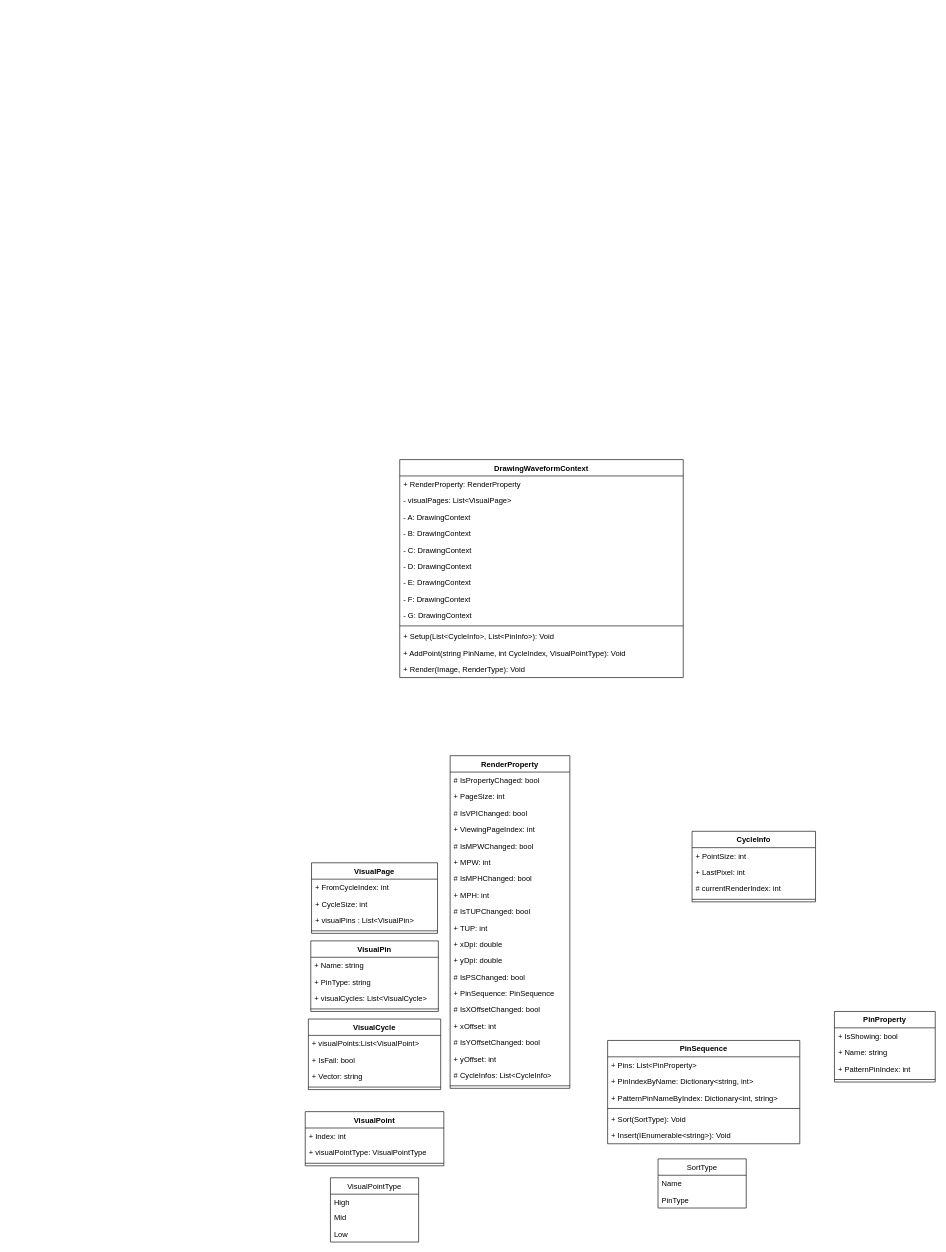
This is page "WF Class Diagram" (3 of 4) of SG9KG5/Waveform.drawio from Jasson-Chou/Software-Projects, a draw.io file, before an edit. Source tidied: cells renumbered, new cells numbered last; positions are measured from the earlier drawing's top-left corner, leaving out a move shared by most shapes. Both pictures are drawn from the tidied source at 63%, with x=0, y=0 at pixel (305, 459).
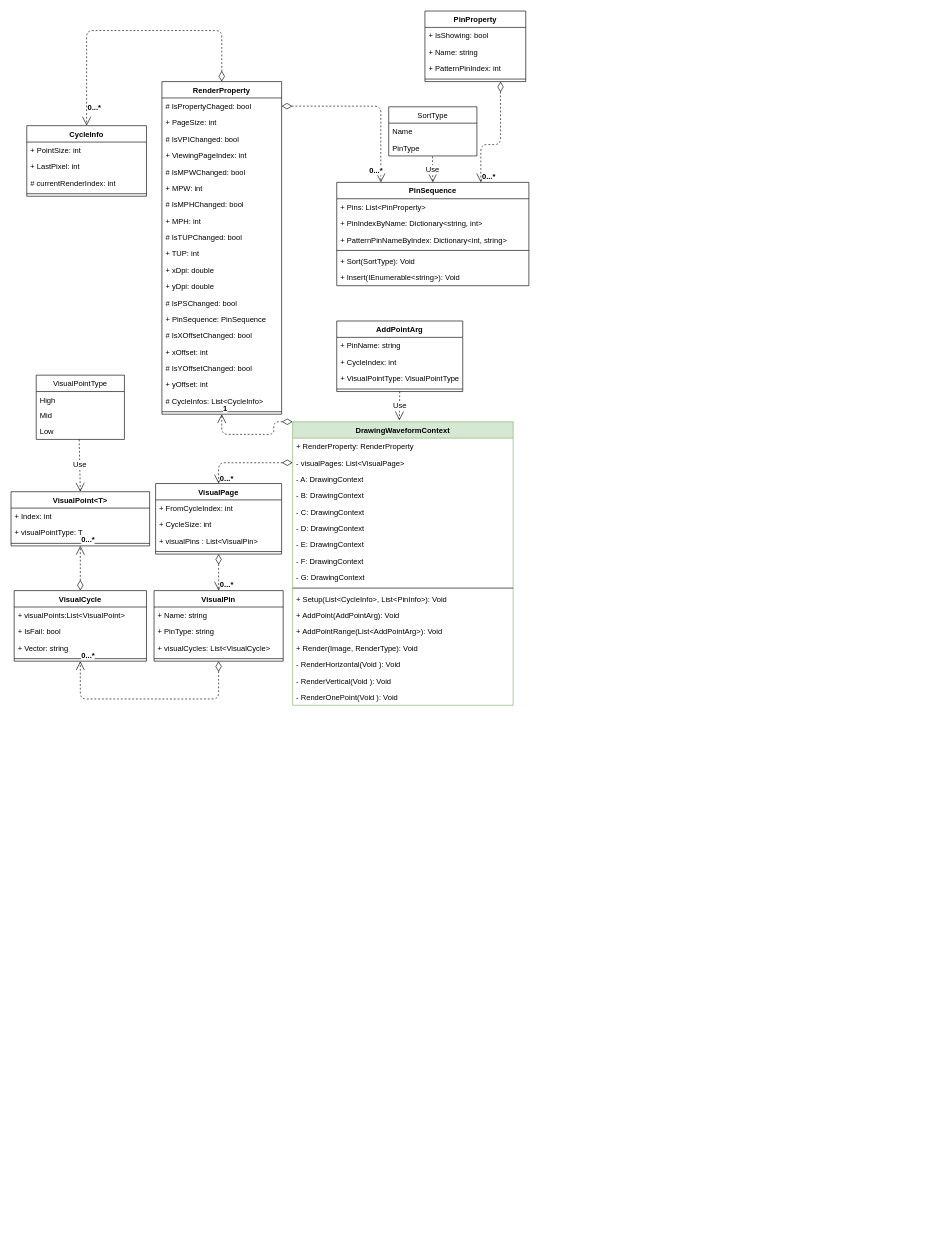
After the change.

Unchanged cells that the change refers to:
```xml
<mxCell id="41" value="# IsPropertyChaged: bool" style="text;strokeColor=none;fillColor=none;align=left;verticalAlign=top;spacingLeft=4;spacingRight=4;overflow=hidden;points=[[0,0.5],[1,0.5]];portConstraint=eastwest;fontSize=12;" parent="40" vertex="1">
  <mxGeometry y="26" width="190" height="26" as="geometry" />
</mxCell>
<mxCell id="70" value="PinType" style="text;strokeColor=none;fillColor=none;align=left;verticalAlign=top;spacingLeft=4;spacingRight=4;overflow=hidden;points=[[0,0.5],[1,0.5]];portConstraint=eastwest;fontSize=12;" parent="68" vertex="1">
  <mxGeometry y="52" width="140" height="26" as="geometry" />
</mxCell>
<mxCell id="79" value="Low" style="text;strokeColor=none;fillColor=none;align=left;verticalAlign=top;spacingLeft=4;spacingRight=4;overflow=hidden;points=[[0,0.5],[1,0.5]];portConstraint=eastwest;" parent="76" vertex="1">
  <mxGeometry y="76" width="140" height="26" as="geometry" />
</mxCell>
```

The edit, as a diff of the source:
```diff
@@
-    <mxCell id="2" value="DrawingWaveformContext" style="swimlane;fontStyle=1;align=center;verticalAlign=top;horizontal=1;startSize=26;" parent="1" vertex="1">
-      <mxGeometry x="150" width="450" height="346" as="geometry" />
+    <mxCell id="2" value="DrawingWaveformContext" style="swimlane;fontStyle=1;align=center;verticalAlign=top;horizontal=1;startSize=26;fillColor=#d5e8d4;strokeColor=#82b366;" parent="1" vertex="1">
+      <mxGeometry x="-20" y="-60" width="350" height="450" as="geometry" />
     </mxCell>
     <mxCell id="3" value="+ RenderProperty: RenderProperty" style="text;strokeColor=none;fillColor=none;align=left;verticalAlign=top;spacingLeft=4;spacingRight=4;overflow=hidden;" parent="2" vertex="1">
-      <mxGeometry y="26" width="450" height="26" as="geometry" />
+      <mxGeometry y="26" width="350" height="26" as="geometry" />
     </mxCell>
     <mxCell id="4" value="- visualPages: List&lt;VisualPage&gt;" style="text;strokeColor=none;fillColor=none;align=left;verticalAlign=top;spacingLeft=4;spacingRight=4;overflow=hidden;points=[[0,0.5],[1,0.5]];portConstraint=eastwest;" parent="2" vertex="1">
-      <mxGeometry y="52" width="450" height="26" as="geometry" />
+      <mxGeometry y="52" width="350" height="26" as="geometry" />
     </mxCell>
     <mxCell id="5" value="- A: DrawingContext" style="text;strokeColor=none;fillColor=none;align=left;verticalAlign=top;spacingLeft=4;spacingRight=4;overflow=hidden;" parent="2" vertex="1">
-      <mxGeometry y="78" width="450" height="26" as="geometry" />
+      <mxGeometry y="78" width="350" height="26" as="geometry" />
     </mxCell>
     <mxCell id="6" value="- B: DrawingContext" style="text;strokeColor=none;fillColor=none;align=left;verticalAlign=top;spacingLeft=4;spacingRight=4;overflow=hidden;" parent="2" vertex="1">
-      <mxGeometry y="104" width="450" height="26" as="geometry" />
+      <mxGeometry y="104" width="350" height="26" as="geometry" />
     </mxCell>
     <mxCell id="7" value="- C: DrawingContext" style="text;strokeColor=none;fillColor=none;align=left;verticalAlign=top;spacingLeft=4;spacingRight=4;overflow=hidden;" parent="2" vertex="1">
-      <mxGeometry y="130" width="450" height="26" as="geometry" />
+      <mxGeometry y="130" width="350" height="26" as="geometry" />
     </mxCell>
     <mxCell id="8" value="- D: DrawingContext" style="text;strokeColor=none;fillColor=none;align=left;verticalAlign=top;spacingLeft=4;spacingRight=4;overflow=hidden;" parent="2" vertex="1">
-      <mxGeometry y="156" width="450" height="26" as="geometry" />
+      <mxGeometry y="156" width="350" height="26" as="geometry" />
     </mxCell>
     <mxCell id="9" value="- E: DrawingContext" style="text;strokeColor=none;fillColor=none;align=left;verticalAlign=top;spacingLeft=4;spacingRight=4;overflow=hidden;" parent="2" vertex="1">
-      <mxGeometry y="182" width="450" height="26" as="geometry" />
+      <mxGeometry y="182" width="350" height="26" as="geometry" />
     </mxCell>
     <mxCell id="10" value="- F: DrawingContext" style="text;strokeColor=none;fillColor=none;align=left;verticalAlign=top;spacingLeft=4;spacingRight=4;overflow=hidden;" parent="2" vertex="1">
-      <mxGeometry y="208" width="450" height="26" as="geometry" />
+      <mxGeometry y="208" width="350" height="26" as="geometry" />
     </mxCell>
     <mxCell id="11" value="- G: DrawingContext" style="text;strokeColor=none;fillColor=none;align=left;verticalAlign=top;spacingLeft=4;spacingRight=4;overflow=hidden;" parent="2" vertex="1">
-      <mxGeometry y="234" width="450" height="26" as="geometry" />
+      <mxGeometry y="234" width="350" height="26" as="geometry" />
     </mxCell>
     <mxCell id="12" style="line;strokeWidth=1;fillColor=none;align=left;verticalAlign=middle;spacingTop=-1;spacingLeft=3;spacingRight=3;labelPosition=right;" parent="2" vertex="1">
-      <mxGeometry y="260" width="450" height="8" as="geometry" />
+      <mxGeometry y="260" width="350" height="8" as="geometry" />
     </mxCell>
     <mxCell id="13" value="+ Setup(List&lt;CycleInfo&gt;, List&lt;PinInfo&gt;): Void" style="text;strokeColor=none;fillColor=none;align=left;verticalAlign=top;spacingLeft=4;spacingRight=4;overflow=hidden;" parent="2" vertex="1">
-      <mxGeometry y="268" width="450" height="26" as="geometry" />
+      <mxGeometry y="268" width="350" height="26" as="geometry" />
     </mxCell>
-    <mxCell id="14" value="+ AddPoint(string PinName, int CycleIndex, VisualPointType): Void" style="text;strokeColor=none;fillColor=none;align=left;verticalAlign=top;spacingLeft=4;spacingRight=4;overflow=hidden;" parent="2" vertex="1">
-      <mxGeometry y="294" width="450" height="26" as="geometry" />
+    <mxCell id="14" value="+ AddPoint(AddPointArg): Void" style="text;strokeColor=none;fillColor=none;align=left;verticalAlign=top;spacingLeft=4;spacingRight=4;overflow=hidden;" parent="2" vertex="1">
+      <mxGeometry y="294" width="350" height="26" as="geometry" />
     </mxCell>
+    <mxCell id="80" value="+ AddPointRange(List&lt;AddPointArg&gt;): Void" style="text;strokeColor=none;fillColor=none;align=left;verticalAlign=top;spacingLeft=4;spacingRight=4;overflow=hidden;" parent="2" vertex="1">
+      <mxGeometry y="320" width="350" height="26" as="geometry" />
+    </mxCell>
     <mxCell id="15" value="+ Render(Image, RenderType): Void" style="text;strokeColor=none;fillColor=none;align=left;verticalAlign=top;spacingLeft=4;spacingRight=4;overflow=hidden;" parent="2" vertex="1">
-      <mxGeometry y="320" width="450" height="26" as="geometry" />
+      <mxGeometry y="346" width="350" height="26" as="geometry" />
     </mxCell>
+    <mxCell id="81" value="- RenderHorizontal(Void ): Void" style="text;strokeColor=none;fillColor=none;align=left;verticalAlign=top;spacingLeft=4;spacingRight=4;overflow=hidden;" parent="2" vertex="1">
+      <mxGeometry y="372" width="350" height="26" as="geometry" />
+    </mxCell>
+    <mxCell id="82" value="- RenderVertical(Void ): Void" style="text;strokeColor=none;fillColor=none;align=left;verticalAlign=top;spacingLeft=4;spacingRight=4;overflow=hidden;" parent="2" vertex="1">
+      <mxGeometry y="398" width="350" height="26" as="geometry" />
+    </mxCell>
+    <mxCell id="83" value="- RenderOnePoint(Void ): Void" style="text;strokeColor=none;fillColor=none;align=left;verticalAlign=top;spacingLeft=4;spacingRight=4;overflow=hidden;" parent="2" vertex="1">
+      <mxGeometry y="424" width="350" height="26" as="geometry" />
+    </mxCell>
     <mxCell id="16" value="VisualPage" style="swimlane;fontStyle=1;align=center;verticalAlign=top;horizontal=1;startSize=26;" parent="1" vertex="1">
-      <mxGeometry x="10" y="640" width="200" height="112" as="geometry" />
+      <mxGeometry x="-237.5" y="38" width="200" height="112" as="geometry" />
     </mxCell>
@@
     <mxCell id="21" value="VisualPin" style="swimlane;fontStyle=1;align=center;verticalAlign=top;horizontal=1;startSize=26;" parent="1" vertex="1">
-      <mxGeometry x="8.8" y="764" width="202.5" height="112" as="geometry" />
+      <mxGeometry x="-240" y="208" width="205" height="112" as="geometry" />
     </mxCell>
     <mxCell id="22" value="+ Name: string" style="text;strokeColor=none;fillColor=none;align=left;verticalAlign=top;spacingLeft=4;spacingRight=4;overflow=hidden;" parent="21" vertex="1">
-      <mxGeometry y="26" width="202.5" height="26" as="geometry" />
+      <mxGeometry y="26" width="205" height="26" as="geometry" />
     </mxCell>
     <mxCell id="23" value="+ PinType: string" style="text;strokeColor=none;fillColor=none;align=left;verticalAlign=top;spacingLeft=4;spacingRight=4;overflow=hidden;" parent="21" vertex="1">
-      <mxGeometry y="52" width="202.5" height="26" as="geometry" />
+      <mxGeometry y="52" width="205" height="26" as="geometry" />
     </mxCell>
     <mxCell id="24" value="+ visualCycles: List&lt;VisualCycle&gt;" style="text;strokeColor=none;fillColor=none;align=left;verticalAlign=top;spacingLeft=4;spacingRight=4;overflow=hidden;" parent="21" vertex="1">
-      <mxGeometry y="78" width="202.5" height="26" as="geometry" />
+      <mxGeometry y="78" width="205" height="26" as="geometry" />
     </mxCell>
     <mxCell id="25" style="line;strokeWidth=1;fillColor=none;align=left;verticalAlign=middle;spacingTop=-1;spacingLeft=3;spacingRight=3;labelPosition=right;" parent="21" vertex="1">
-      <mxGeometry y="104" width="202.5" height="8" as="geometry" />
+      <mxGeometry y="104" width="205" height="8" as="geometry" />
     </mxCell>
     <mxCell id="26" value="VisualCycle" style="swimlane;fontStyle=1;align=center;verticalAlign=top;horizontal=1;startSize=26;" parent="1" vertex="1">
-      <mxGeometry x="5" y="888" width="210" height="112" as="geometry" />
+      <mxGeometry x="-462" y="208" width="210" height="112" as="geometry" />
     </mxCell>
@@
-    <mxCell id="31" value="VisualPoint" style="swimlane;fontStyle=1;align=center;verticalAlign=top;horizontal=1;startSize=26;" parent="1" vertex="1">
-      <mxGeometry y="1035" width="220" height="86" as="geometry" />
+    <mxCell id="31" value="VisualPoint&lt;T&gt;" style="swimlane;fontStyle=1;align=center;verticalAlign=top;horizontal=1;startSize=26;" parent="1" vertex="1">
+      <mxGeometry x="-467" y="51" width="220" height="86" as="geometry" />
     </mxCell>
@@
-    <mxCell id="33" value="+ visualPointType: VisualPointType" style="text;strokeColor=none;fillColor=none;align=left;verticalAlign=top;spacingLeft=4;spacingRight=4;overflow=hidden;" parent="31" vertex="1">
+    <mxCell id="33" value="+ visualPointType: T" style="text;strokeColor=none;fillColor=none;align=left;verticalAlign=top;spacingLeft=4;spacingRight=4;overflow=hidden;" parent="31" vertex="1">
       <mxGeometry y="52" width="220" height="26" as="geometry" />
     </mxCell>
@@
     <mxCell id="35" value="CycleInfo" style="swimlane;fontStyle=1;align=center;verticalAlign=top;horizontal=1;startSize=26;" parent="1" vertex="1">
-      <mxGeometry x="614" y="590" width="196" height="112" as="geometry" />
+      <mxGeometry x="-442" y="-530" width="190" height="112" as="geometry" />
     </mxCell>
     <mxCell id="36" value="+ PointSize: int" style="text;strokeColor=none;fillColor=none;align=left;verticalAlign=top;spacingLeft=4;spacingRight=4;overflow=hidden;" parent="35" vertex="1">
-      <mxGeometry y="26" width="196" height="26" as="geometry" />
+      <mxGeometry y="26" width="190" height="26" as="geometry" />
     </mxCell>
     <mxCell id="37" value="+ LastPixel: int" style="text;strokeColor=none;fillColor=none;align=left;verticalAlign=top;spacingLeft=4;spacingRight=4;overflow=hidden;" parent="35" vertex="1">
-      <mxGeometry y="52" width="196" height="26" as="geometry" />
+      <mxGeometry y="52" width="190" height="26" as="geometry" />
     </mxCell>
     <mxCell id="38" value="# currentRenderIndex: int" style="text;strokeColor=none;fillColor=none;align=left;verticalAlign=top;spacingLeft=4;spacingRight=4;overflow=hidden;fontSize=12;" parent="35" vertex="1">
-      <mxGeometry y="78" width="196" height="26" as="geometry" />
+      <mxGeometry y="78" width="190" height="26" as="geometry" />
     </mxCell>
     <mxCell id="39" style="line;strokeWidth=1;fillColor=none;align=left;verticalAlign=middle;spacingTop=-1;spacingLeft=3;spacingRight=3;labelPosition=right;" parent="35" vertex="1">
-      <mxGeometry y="104" width="196" height="8" as="geometry" />
+      <mxGeometry y="104" width="190" height="8" as="geometry" />
     </mxCell>
     <mxCell id="40" value="RenderProperty" style="swimlane;fontStyle=1;align=center;verticalAlign=top;horizontal=1;startSize=26;" parent="1" vertex="1">
-      <mxGeometry x="230" y="470" width="190" height="528" as="geometry" />
+      <mxGeometry x="-227.5" y="-600" width="190" height="528" as="geometry" />
     </mxCell>
@@
     <mxCell id="61" value="PinSequence" style="swimlane;fontStyle=1;align=center;verticalAlign=top;horizontal=1;startSize=26;" parent="1" vertex="1">
-      <mxGeometry x="480" y="922" width="305" height="164" as="geometry" />
+      <mxGeometry x="50" y="-440" width="305" height="164" as="geometry" />
     </mxCell>
@@
     <mxCell id="68" value="SortType" style="swimlane;fontStyle=0;horizontal=1;startSize=26;fillColor=none;" parent="1" vertex="1">
-      <mxGeometry x="560" y="1110" width="140" height="78" as="geometry" />
+      <mxGeometry x="132.5" y="-560" width="140" height="78" as="geometry" />
     </mxCell>
@@
     <mxCell id="71" value="PinProperty" style="swimlane;fontStyle=1;align=center;verticalAlign=top;horizontal=1;startSize=26;" parent="1" vertex="1">
-      <mxGeometry x="840" y="876" width="160" height="112" as="geometry" />
+      <mxGeometry x="190" y="-712" width="160" height="112" as="geometry" />
     </mxCell>
@@
     <mxCell id="76" value="VisualPointType" style="swimlane;fontStyle=0;horizontal=1;startSize=26;fillColor=none;" parent="1" vertex="1">
-      <mxGeometry x="40" y="1140" width="140" height="102" as="geometry" />
+      <mxGeometry x="-427" y="-134" width="140" height="102" as="geometry" />
     </mxCell>
@@
+    <mxCell id="84" value="AddPointArg" style="swimlane;fontStyle=1;align=center;verticalAlign=top;horizontal=1;startSize=26;" parent="1" vertex="1">
+      <mxGeometry x="50" y="-220" width="200" height="112" as="geometry" />
+    </mxCell>
+    <mxCell id="85" value="+ PinName: string" style="text;strokeColor=none;fillColor=none;align=left;verticalAlign=top;spacingLeft=4;spacingRight=4;overflow=hidden;" parent="84" vertex="1">
+      <mxGeometry y="26" width="200" height="26" as="geometry" />
+    </mxCell>
+    <mxCell id="86" value="+ CycleIndex: int" style="text;strokeColor=none;fillColor=none;align=left;verticalAlign=top;spacingLeft=4;spacingRight=4;overflow=hidden;" parent="84" vertex="1">
+      <mxGeometry y="52" width="200" height="26" as="geometry" />
+    </mxCell>
+    <mxCell id="87" value="+ VisualPointType: VisualPointType" style="text;strokeColor=none;fillColor=none;align=left;verticalAlign=top;spacingLeft=4;spacingRight=4;overflow=hidden;" parent="84" vertex="1">
+      <mxGeometry y="78" width="200" height="26" as="geometry" />
+    </mxCell>
+    <mxCell id="88" style="line;strokeWidth=1;fillColor=none;align=left;verticalAlign=middle;spacingTop=-1;spacingLeft=3;spacingRight=3;labelPosition=right;" parent="84" vertex="1">
+      <mxGeometry y="104" width="200" height="8" as="geometry" />
+    </mxCell>
+    <mxCell id="89" value="Use" style="endArrow=open;endSize=12;dashed=1;html=1;fontSize=12;exitX=0.487;exitY=1.007;exitDx=0;exitDy=0;entryX=0.5;entryY=0;entryDx=0;entryDy=0;exitPerimeter=0;" parent="1" edge="1" source="79" target="31">
+      <mxGeometry relative="1" as="geometry" />
+    </mxCell>
+    <mxCell id="90" value="&lt;b&gt;0...*&lt;/b&gt;" style="endArrow=open;html=1;endSize=12;startArrow=diamondThin;startSize=14;startFill=0;edgeStyle=orthogonalEdgeStyle;align=left;verticalAlign=bottom;dashed=1;fontSize=12;entryX=0.5;entryY=1;entryDx=0;entryDy=0;exitX=0.5;exitY=0;exitDx=0;exitDy=0;" parent="1" edge="1" source="26" target="31">
+      <mxGeometry x="1" relative="1" as="geometry" />
+    </mxCell>
+    <mxCell id="91" value="&lt;b&gt;0...*&lt;/b&gt;" style="endArrow=open;html=1;endSize=12;startArrow=diamondThin;startSize=14;startFill=0;edgeStyle=orthogonalEdgeStyle;align=left;verticalAlign=bottom;dashed=1;fontSize=12;entryX=0.5;entryY=1;entryDx=0;entryDy=0;exitX=0.5;exitY=1;exitDx=0;exitDy=0;" parent="1" edge="1" source="21" target="26">
+      <mxGeometry x="1" relative="1" as="geometry">
+        <Array as="points">
+          <mxPoint x="-200" y="380" />
+          <mxPoint x="-510" y="380" />
+        </Array>
+      </mxGeometry>
+    </mxCell>
+    <mxCell id="92" value="&lt;b&gt;0...*&lt;/b&gt;" style="endArrow=open;html=1;endSize=12;startArrow=diamondThin;startSize=14;startFill=0;edgeStyle=orthogonalEdgeStyle;align=left;verticalAlign=bottom;dashed=1;fontSize=12;entryX=0.5;entryY=0;entryDx=0;entryDy=0;exitX=0.5;exitY=1;exitDx=0;exitDy=0;" parent="1" edge="1" source="16" target="21">
+      <mxGeometry x="1" relative="1" as="geometry" />
+    </mxCell>
+    <mxCell id="93" value="&lt;b&gt;0...*&lt;/b&gt;" style="endArrow=open;html=1;endSize=12;startArrow=diamondThin;startSize=14;startFill=0;edgeStyle=orthogonalEdgeStyle;align=left;verticalAlign=bottom;dashed=1;fontSize=12;exitX=0;exitY=0.5;exitDx=0;exitDy=0;entryX=0.5;entryY=0;entryDx=0;entryDy=0;" parent="1" edge="1" source="4" target="16">
+      <mxGeometry x="1" relative="1" as="geometry">
+        <Array as="points">
+          <mxPoint x="-137" y="5" />
+        </Array>
+      </mxGeometry>
+    </mxCell>
+    <mxCell id="94" value="&lt;b&gt;1&lt;/b&gt;" style="endArrow=open;html=1;endSize=12;startArrow=diamondThin;startSize=14;startFill=0;edgeStyle=orthogonalEdgeStyle;align=left;verticalAlign=bottom;dashed=1;fontSize=12;entryX=0.5;entryY=1;entryDx=0;entryDy=0;exitX=0;exitY=0;exitDx=0;exitDy=0;" parent="1" edge="1" source="2" target="40">
+      <mxGeometry x="1" relative="1" as="geometry">
+        <Array as="points">
+          <mxPoint x="-50" y="-60" />
+          <mxPoint x="-50" y="-40" />
+          <mxPoint x="-132" y="-40" />
+        </Array>
+      </mxGeometry>
+    </mxCell>
+    <mxCell id="95" value="Use" style="endArrow=open;endSize=12;dashed=1;html=1;fontSize=12;exitX=0.5;exitY=1;exitDx=0;exitDy=0;entryX=0.484;entryY=-0.005;entryDx=0;entryDy=0;entryPerimeter=0;" parent="1" edge="1" source="84" target="2">
+      <mxGeometry relative="1" as="geometry" />
+    </mxCell>
+    <mxCell id="96" value="Use" style="endArrow=open;endSize=12;dashed=1;html=1;fontSize=12;exitX=0.496;exitY=1.029;exitDx=0;exitDy=0;entryX=0.5;entryY=0;entryDx=0;entryDy=0;exitPerimeter=0;" parent="1" edge="1" source="70" target="61">
+      <mxGeometry relative="1" as="geometry" />
+    </mxCell>
+    <mxCell id="97" value="&lt;b&gt;0...*&lt;/b&gt;" style="endArrow=open;html=1;endSize=12;startArrow=diamondThin;startSize=14;startFill=0;edgeStyle=orthogonalEdgeStyle;align=left;verticalAlign=bottom;dashed=1;fontSize=12;exitX=0.75;exitY=1;exitDx=0;exitDy=0;entryX=0.75;entryY=0;entryDx=0;entryDy=0;" parent="1" edge="1" source="71" target="61">
+      <mxGeometry x="1" relative="1" as="geometry">
+        <Array as="points">
+          <mxPoint x="310" y="-500" />
+          <mxPoint x="279" y="-500" />
+        </Array>
+      </mxGeometry>
+    </mxCell>
+    <mxCell id="98" value="&lt;b&gt;0...*&lt;/b&gt;" style="endArrow=open;html=1;endSize=12;startArrow=diamondThin;startSize=14;startFill=0;edgeStyle=orthogonalEdgeStyle;align=left;verticalAlign=bottom;dashed=1;fontSize=12;exitX=0.5;exitY=0;exitDx=0;exitDy=0;entryX=0.5;entryY=0;entryDx=0;entryDy=0;" parent="1" edge="1" source="40" target="35">
+      <mxGeometry x="0.91" relative="1" as="geometry">
+        <Array as="points">
+          <mxPoint x="-132" y="-681" />
+          <mxPoint x="-347" y="-681" />
+        </Array>
+        <mxPoint y="1" as="offset" />
+      </mxGeometry>
+    </mxCell>
+    <mxCell id="99" value="&lt;b&gt;0...*&lt;/b&gt;" style="endArrow=open;html=1;endSize=12;startArrow=diamondThin;startSize=14;startFill=0;edgeStyle=orthogonalEdgeStyle;align=left;verticalAlign=bottom;dashed=1;fontSize=12;exitX=1;exitY=0.5;exitDx=0;exitDy=0;" parent="1" edge="1" source="41">
+      <mxGeometry x="0.93" y="-20" relative="1" as="geometry">
+        <mxPoint x="120" y="-440" as="targetPoint" />
+        <Array as="points">
+          <mxPoint x="120" y="-561" />
+        </Array>
+      </mxGeometry>
+    </mxCell>
```
